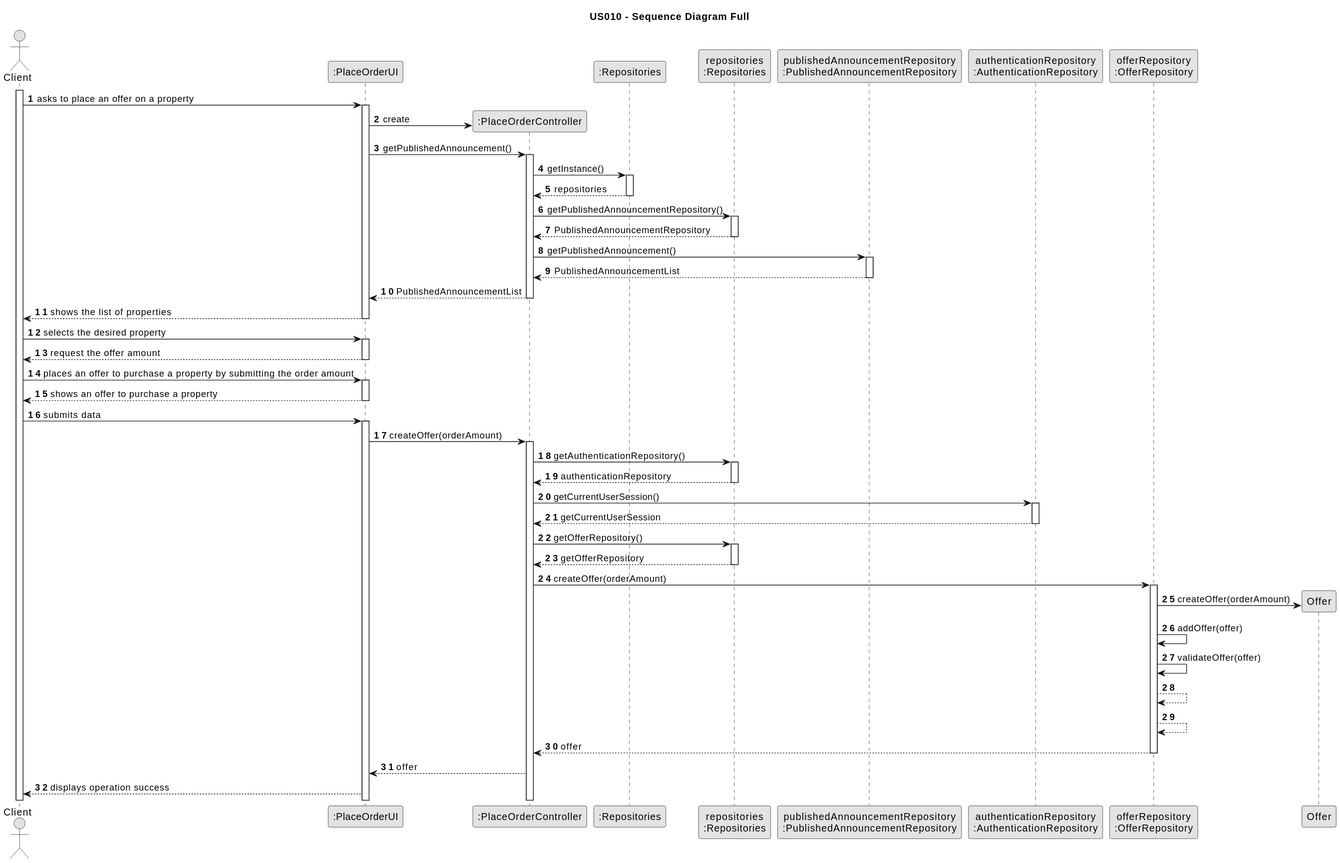
Before: docs/sprintC/US10/03.design/svg/us010-sequence-diagram-full.svg, a diagram exported from PlantUML (PureNimble/ISEP-LAPR2).
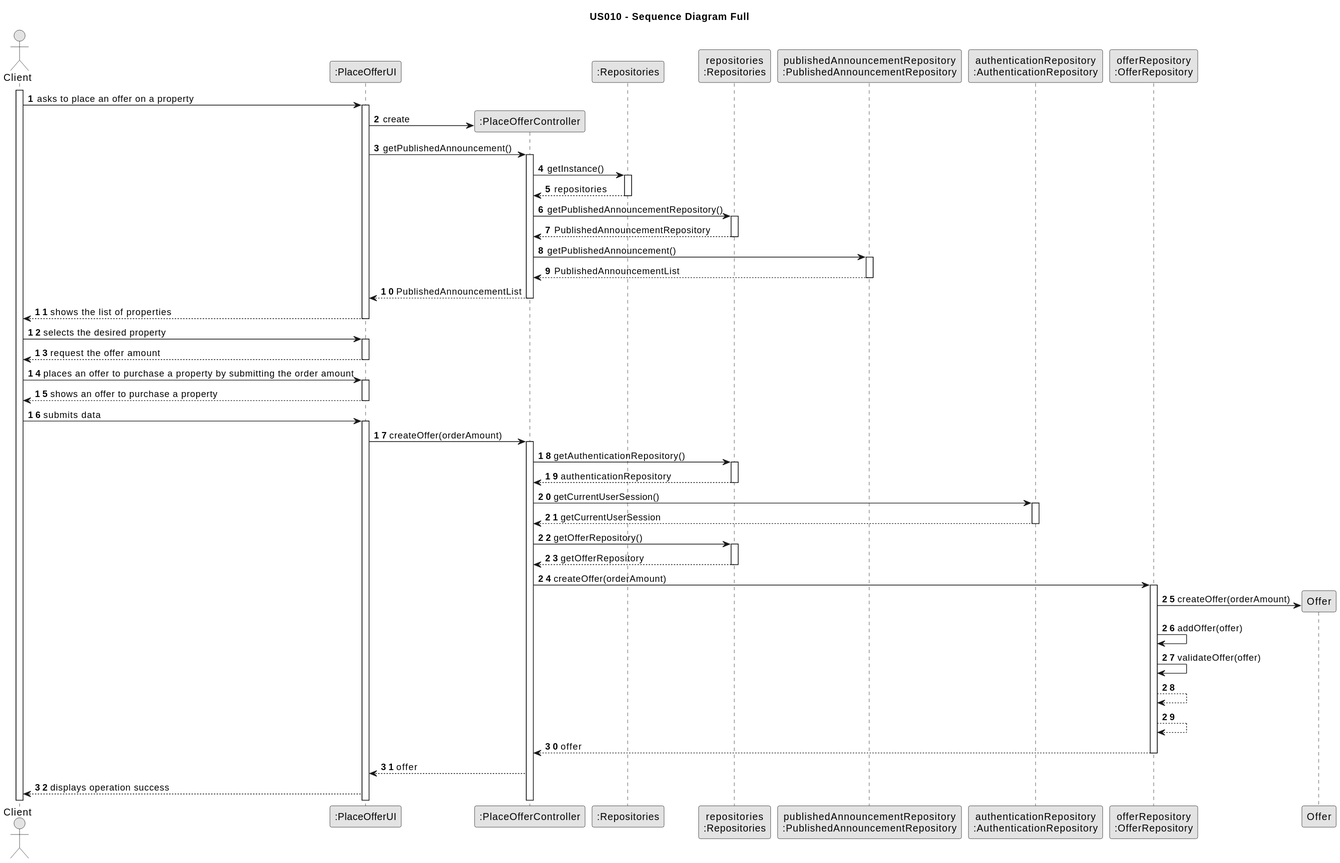
Later version of the same file.

What changed in the source:
```diff
@@ -8,8 +8,8 @@
 autonumber
 
 actor "Client" as Client
-participant ":PlaceOrderUI" as System
-participant ":PlaceOrderController" as Controller
+participant ":PlaceOfferUI" as System
+participant ":PlaceOfferController" as Controller
 participant ":Repositories" as RepositorySingleton
 participant "repositories\n:Repositories" as Repositories
 participant "publishedAnnouncementRepository\n:PublishedAnnouncementRepository" as PublishedAnnouncementRepository
```
